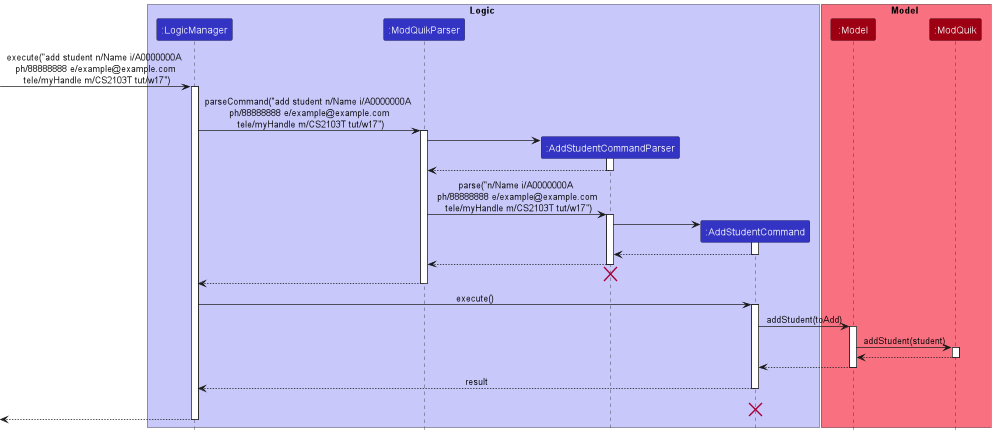
Earlier version of the PlantUML export docs/images/AddStudentSequenceDiagram.png (nus-cs2103-AY2223S1/tp).
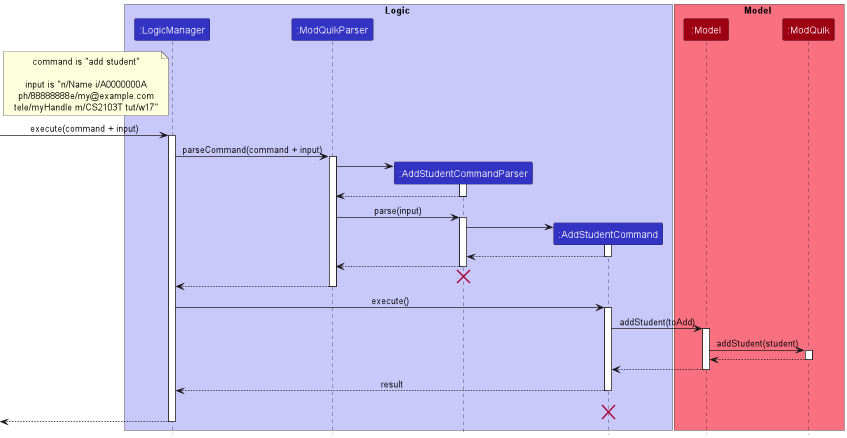
The same file after the commit.

Diff of the diagram source:
```diff
@@ -12,10 +12,21 @@
 participant ":Model" as Model MODEL_COLOR
 participant ":ModQuik" as ModQuik MODEL_COLOR
 end box
-[-> LogicManager : execute("add student n/Name i/A0000000A \n ph/88888888 e/example@example.com \n tele/myHandle m/CS2103T tut/w17")
+
+note left LogicManager
+command is "add student"
+
+input is "n/Name i/A0000000A
+ph/88888888e/my@example.com
+tele/myHandle m/CS2103T tut/w17"
+end note
+
+[-> LogicManager : execute(command + input)
 activate LogicManager
 
-LogicManager -> ModQuikParser : parseCommand("add student n/Name i/A0000000A \n ph/88888888 e/example@example.com \n tele/myHandle m/CS2103T tut/w17")
+
+
+LogicManager -> ModQuikParser : parseCommand(command + input)
 activate ModQuikParser
 
 create AddStudentCommandParser
@@ -25,7 +36,7 @@
 AddStudentCommandParser --> ModQuikParser
 deactivate AddStudentCommandParser
 
-ModQuikParser -> AddStudentCommandParser : parse("n/Name i/A0000000A \n ph/88888888 e/example@example.com \n tele/myHandle m/CS2103T tut/w17")
+ModQuikParser -> AddStudentCommandParser : parse(input)
 activate AddStudentCommandParser
 
 create AddStudentCommand
```
